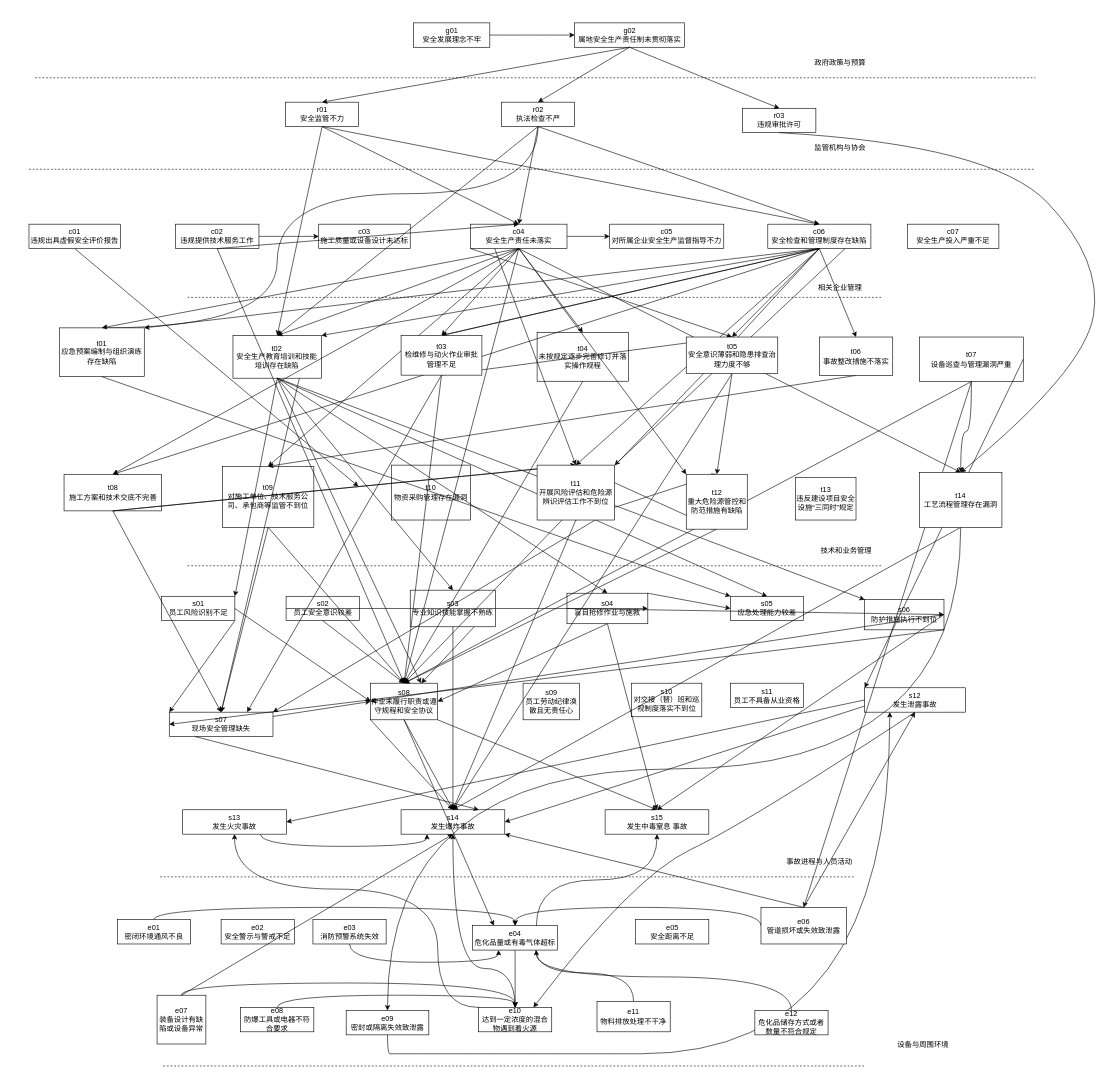
Earlier version of the draw.io diagram 剔除次数少于5.drawio (fangjiarong/docs). Source tidied: cells renumbered, new cells numbered last; positions are measured from the earlier drawing's top-left corner, leaving out a move shared by most shapes. Both pictures are drawn from the tidied source at 61%, with x=0, y=0 at pixel (29, 23).
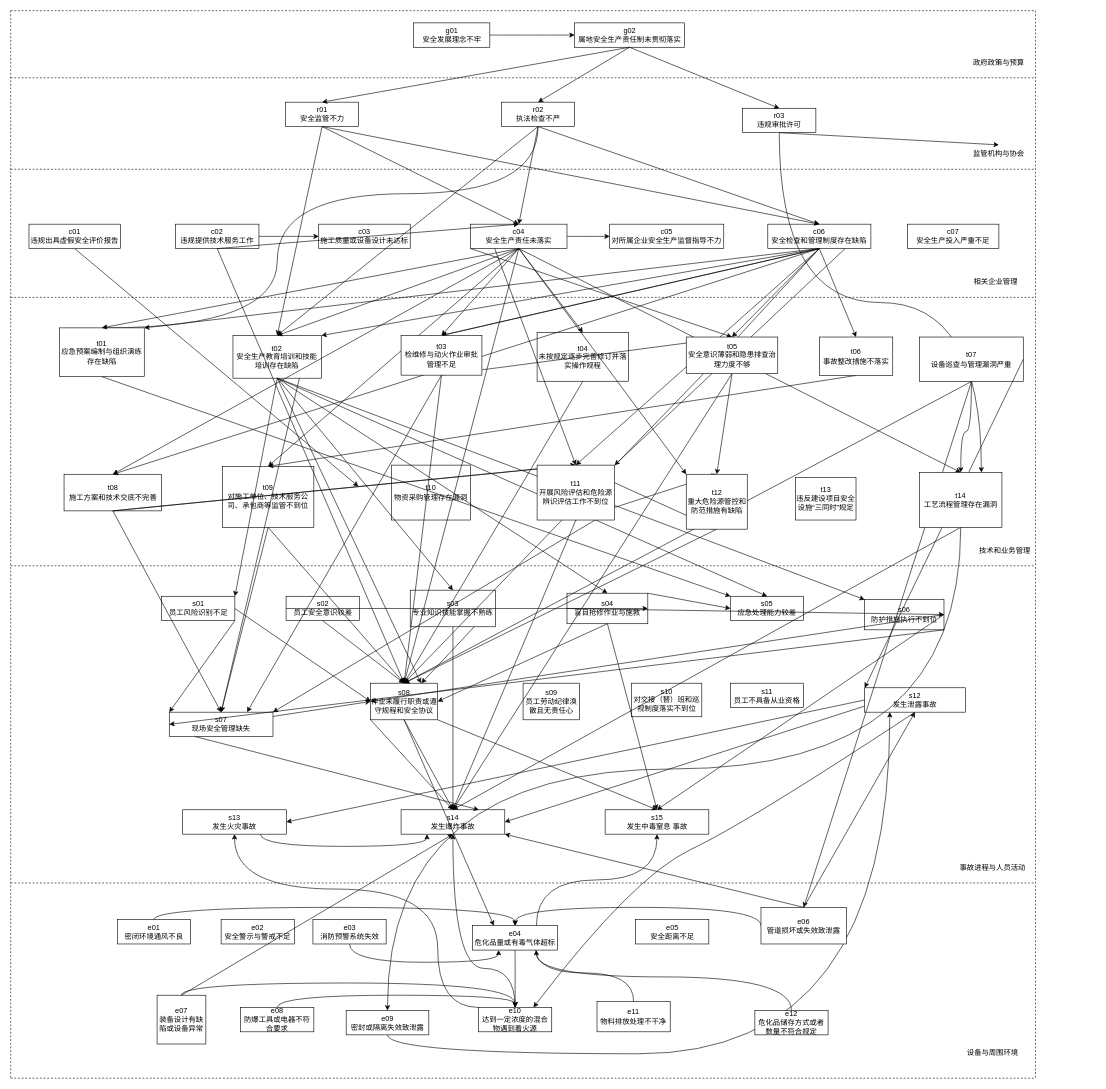
Above is the later version.

Commit message (it also covers changes not shown here):
更新剔除次数少于5.drawio

Unchanged cells that the change refers to:
```xml
<mxCell id="40" value="r03&lt;br&gt;违规审批许可" style="rounded=0;whiteSpace=wrap;html=1;" parent="1" vertex="1">
  <mxGeometry x="1170" y="140" width="120" height="40" as="geometry" />
</mxCell>
<mxCell id="44" value="s12&lt;br&gt;发生泄露事故" style="rounded=0;whiteSpace=wrap;html=1;" parent="1" vertex="1">
  <mxGeometry x="1370" y="1090" width="165" height="40" as="geometry" />
</mxCell>
<mxCell id="50" value="e09&lt;br&gt;密封或隔离失效致泄露" style="rounded=0;whiteSpace=wrap;html=1;" parent="1" vertex="1">
  <mxGeometry x="520" y="1619" width="135.5" height="40" as="geometry" />
</mxCell>
<mxCell id="171" value="t14&lt;br&gt;工艺流程管理存在漏洞" style="rounded=0;whiteSpace=wrap;html=1;" parent="1" vertex="1">
  <mxGeometry x="1460" y="737" width="135" height="90" as="geometry" />
</mxCell>
```

Diff of the diagram source:
```diff
@@
     <mxCell id="2" value="政府政策与预算" style="text;html=1;strokeColor=none;fillColor=none;align=center;verticalAlign=middle;whiteSpace=wrap;rounded=0;" parent="1" vertex="1">
-      <mxGeometry x="1280" y="50" width="100" height="30" as="geometry" />
+      <mxGeometry x="1540" y="50" width="100" height="30" as="geometry" />
     </mxCell>
-    <mxCell id="3" value="监管机构与协会" style="text;html=1;strokeColor=none;fillColor=none;align=center;verticalAlign=middle;whiteSpace=wrap;rounded=0;" parent="1" vertex="1">
-      <mxGeometry x="1280" y="190" width="100" height="30" as="geometry" />
-    </mxCell>
     <mxCell id="4" value="相关企业管理" style="text;html=1;strokeColor=none;fillColor=none;align=center;verticalAlign=middle;whiteSpace=wrap;rounded=0;" parent="1" vertex="1">
-      <mxGeometry x="1280" y="420" width="100" height="30" as="geometry" />
+      <mxGeometry x="1535" y="410" width="100" height="30" as="geometry" />
     </mxCell>
     <mxCell id="5" value="技术和业务管理" style="text;html=1;strokeColor=none;fillColor=none;align=center;verticalAlign=middle;whiteSpace=wrap;rounded=0;" parent="1" vertex="1">
-      <mxGeometry x="1290" y="850" width="100" height="30" as="geometry" />
+      <mxGeometry x="1550" y="850" width="100" height="30" as="geometry" />
     </mxCell>
     <mxCell id="6" value="事故进程与人员活动" style="text;html=1;strokeColor=none;fillColor=none;align=center;verticalAlign=middle;whiteSpace=wrap;rounded=0;" parent="1" vertex="1">
-      <mxGeometry x="1235.8" y="1360" width="120" height="30" as="geometry" />
+      <mxGeometry x="1520" y="1370" width="120" height="30" as="geometry" />
     </mxCell>
     <mxCell id="7" value="设备与周围环境" style="text;html=1;strokeColor=none;fillColor=none;align=center;verticalAlign=middle;whiteSpace=wrap;rounded=0;" parent="1" vertex="1">
-      <mxGeometry x="1416" y="1660" width="100" height="30" as="geometry" />
+      <mxGeometry x="1530" y="1674" width="100" height="30" as="geometry" />
     </mxCell>
@@
+    <mxCell id="157" style="edgeStyle=orthogonalEdgeStyle;curved=1;rounded=0;jettySize=auto;html=1;exitX=0.5;exitY=1;exitDx=0;exitDy=0;entryX=0.75;entryY=0;entryDx=0;entryDy=0;" parent="1" edge="1" source="40" target="171">
+      <mxGeometry relative="1" as="geometry" />
+    </mxCell>
@@
     <mxCell id="49" style="edgeStyle=orthogonalEdgeStyle;curved=1;rounded=0;jettySize=auto;html=1;exitX=0.5;exitY=1;exitDx=0;exitDy=0;entryX=0.25;entryY=1;entryDx=0;entryDy=0;" parent="1" edge="1" source="50" target="44">
       <mxGeometry relative="1" as="geometry">
         <Array as="points">
-          <mxPoint x="595" y="1690" />
-          <mxPoint x="1231" y="1690" />
+          <mxPoint x="588" y="1690" />
+          <mxPoint x="1411" y="1690" />
         </Array>
       </mxGeometry>
     </mxCell>
@@
     <mxCell id="74" style="endArrow=none;dashed=1;html=1;rounded=0;" parent="1" edge="1">
       <mxGeometry relative="1" as="geometry">
-        <mxPoint x="10" y="90" as="sourcePoint" />
+        <mxPoint x="-30" y="90" as="sourcePoint" />
         <mxPoint x="1650" y="90" as="targetPoint" />
       </mxGeometry>
     </mxCell>
     <mxCell id="75" style="endArrow=none;dashed=1;html=1;rounded=0;" parent="1" edge="1">
       <mxGeometry relative="1" as="geometry">
-        <mxPoint y="240" as="sourcePoint" />
+        <mxPoint x="-30" y="240" as="sourcePoint" />
         <mxPoint x="1650" y="240" as="targetPoint" />
       </mxGeometry>
     </mxCell>
     <mxCell id="76" style="endArrow=none;dashed=1;html=1;rounded=0;" parent="1" edge="1">
       <mxGeometry relative="1" as="geometry">
-        <mxPoint x="260" y="450" as="sourcePoint" />
-        <mxPoint x="1400" y="450" as="targetPoint" />
+        <mxPoint x="-30" y="450" as="sourcePoint" />
+        <mxPoint x="1650" y="450" as="targetPoint" />
       </mxGeometry>
     </mxCell>
     <mxCell id="77" style="endArrow=none;dashed=1;html=1;rounded=0;" parent="1" edge="1">
       <mxGeometry relative="1" as="geometry">
-        <mxPoint x="260" y="890" as="sourcePoint" />
-        <mxPoint x="1400" y="890" as="targetPoint" />
+        <mxPoint x="-30" y="890" as="sourcePoint" />
+        <mxPoint x="1650" y="890" as="targetPoint" />
       </mxGeometry>
     </mxCell>
     <mxCell id="78" style="endArrow=none;dashed=1;html=1;rounded=0;" parent="1" edge="1">
       <mxGeometry relative="1" as="geometry">
-        <mxPoint x="215" y="1400" as="sourcePoint" />
-        <mxPoint x="1355" y="1400" as="targetPoint" />
+        <mxPoint x="-30" y="1410" as="sourcePoint" />
+        <mxPoint x="1650" y="1410" as="targetPoint" />
       </mxGeometry>
     </mxCell>
     <mxCell id="79" style="endArrow=none;dashed=1;html=1;rounded=0;" parent="1" edge="1">
       <mxGeometry relative="1" as="geometry">
-        <mxPoint x="220" y="1710" as="sourcePoint" />
-        <mxPoint x="1370" y="1710" as="targetPoint" />
+        <mxPoint x="-30" y="1730" as="sourcePoint" />
+        <mxPoint x="1650" y="1730" as="targetPoint" />
       </mxGeometry>
     </mxCell>
@@
-    <mxCell id="157" style="endArrow=classic;html=1;rounded=0;curved=1;exitX=0.5;exitY=1;exitDx=0;exitDy=0;entryX=0.5;entryY=0;entryDx=0;entryDy=0;" parent="1" edge="1" source="40" target="171">
-      <mxGeometry relative="1" as="geometry">
-        <Array as="points">
-          <mxPoint x="1580" y="200" />
-          <mxPoint x="1760" y="390" />
-          <mxPoint x="1730" y="570" />
-        </Array>
-      </mxGeometry>
-    </mxCell>
@@
+    <mxCell id="174" style="endArrow=classic;html=1;rounded=0;curved=1;exitX=0.5;exitY=1;exitDx=0;exitDy=0;entryX=0.5;entryY=0;entryDx=0;entryDy=0;" parent="1" edge="1" source="40" target="3">
+      <mxGeometry relative="1" as="geometry" />
+    </mxCell>
+    <mxCell id="3" value="监管机构与协会" style="text;html=1;strokeColor=none;fillColor=none;align=center;verticalAlign=middle;whiteSpace=wrap;rounded=0;" parent="1" vertex="1">
+      <mxGeometry x="1540" y="200" width="100" height="30" as="geometry" />
+    </mxCell>
+    <mxCell id="175" style="endArrow=none;dashed=1;html=1;rounded=0;" parent="1" edge="1">
+      <mxGeometry relative="1" as="geometry">
+        <mxPoint x="-30" y="-20" as="sourcePoint" />
+        <mxPoint x="1650" y="-20" as="targetPoint" />
+      </mxGeometry>
+    </mxCell>
+    <mxCell id="176" style="endArrow=none;dashed=1;html=1;rounded=0;" parent="1" edge="1">
+      <mxGeometry relative="1" as="geometry">
+        <mxPoint x="-30" y="-20" as="sourcePoint" />
+        <mxPoint x="-30" y="1730" as="targetPoint" />
+      </mxGeometry>
+    </mxCell>
+    <mxCell id="177" style="endArrow=none;dashed=1;html=1;rounded=0;" parent="1" edge="1">
+      <mxGeometry relative="1" as="geometry">
+        <mxPoint x="1650" y="-20" as="sourcePoint" />
+        <mxPoint x="1650" y="1730" as="targetPoint" />
+      </mxGeometry>
+    </mxCell>
```
